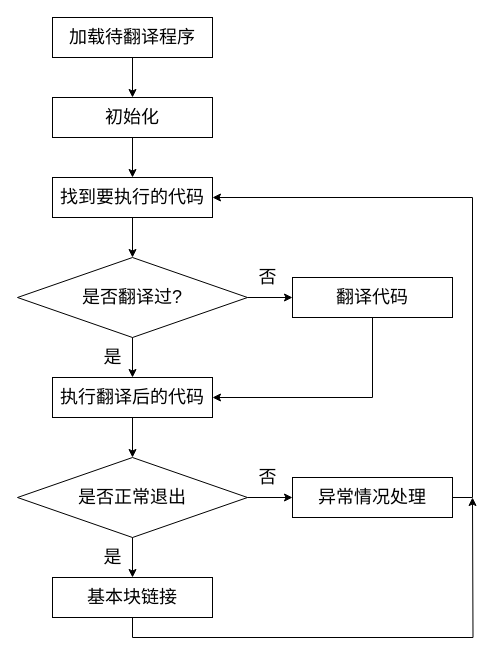
Above: page "第 20 页" (20 of 23) of lajit.drawio in ganjue66da/ganjue66da (draw.io), before the change. Source tidied: cells renumbered, new cells numbered last; positions are measured from the earlier drawing's top-left corner, leaving out a move shared by most shapes. Both pictures are drawn from the tidied source at 100%, with x=0, y=0 at pixel (17, 17).
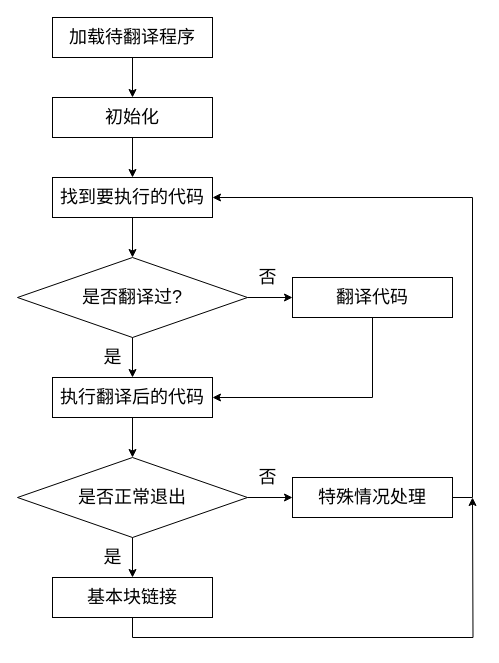
Above is the later version.

Diff of the diagram source:
```diff
@@
-    <mxCell id="19" value="异常情况处理" style="rounded=0;whiteSpace=wrap;html=1;fontSize=18;fillColor=none;" parent="1" vertex="1">
+    <mxCell id="19" value="特殊情况处理" style="rounded=0;whiteSpace=wrap;html=1;fontSize=18;fillColor=none;" parent="1" vertex="1">
       <mxGeometry x="275" y="460" width="160" height="40" as="geometry" />
     </mxCell>
```
